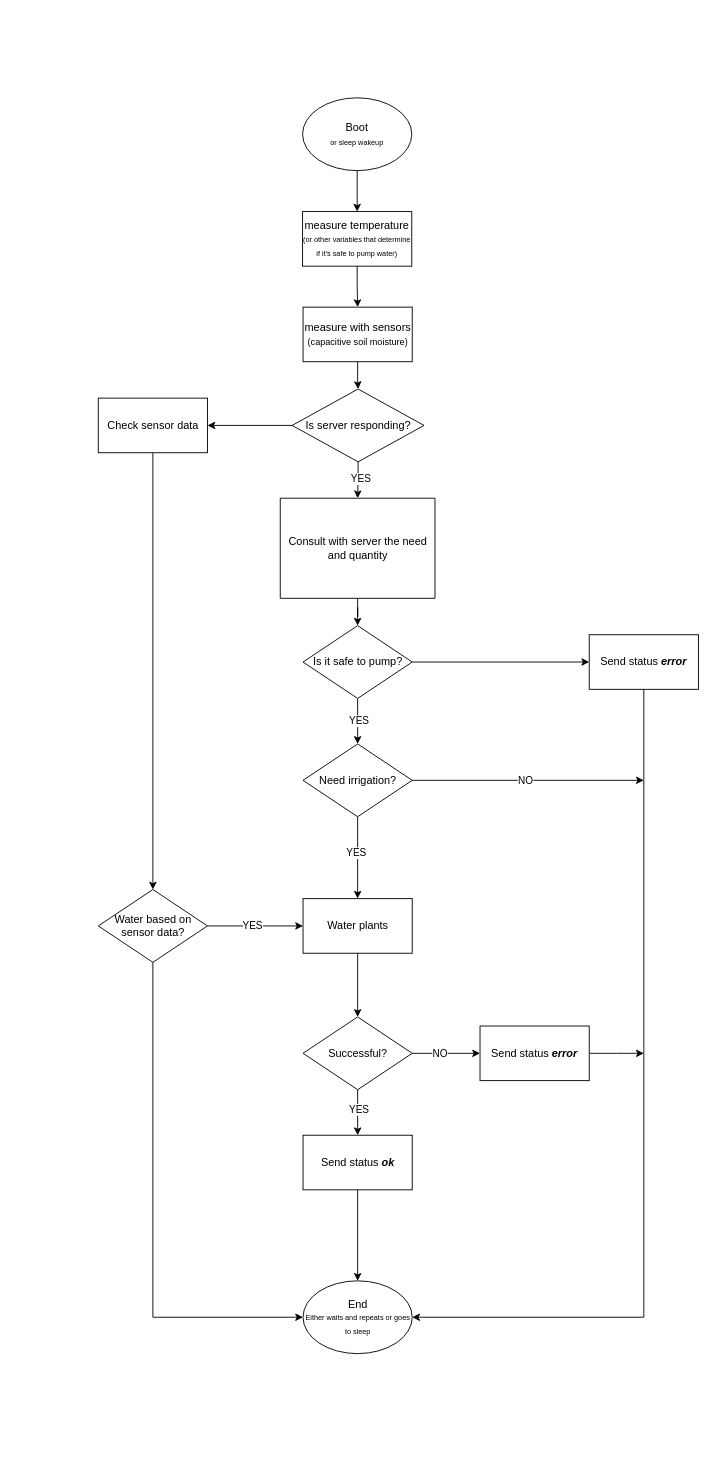
Above: software/Zahradnik-flowchart.drawio in DvorakFilip/Zahradnik (draw.io), before the change. Source tidied: cells renumbered, new cells numbered last; positions are measured from the earlier drawing's top-left corner, leaving out a move shared by most shapes. Both pictures are drawn from the tidied source at 91%, with x=0, y=0 at pixel (97, 97).
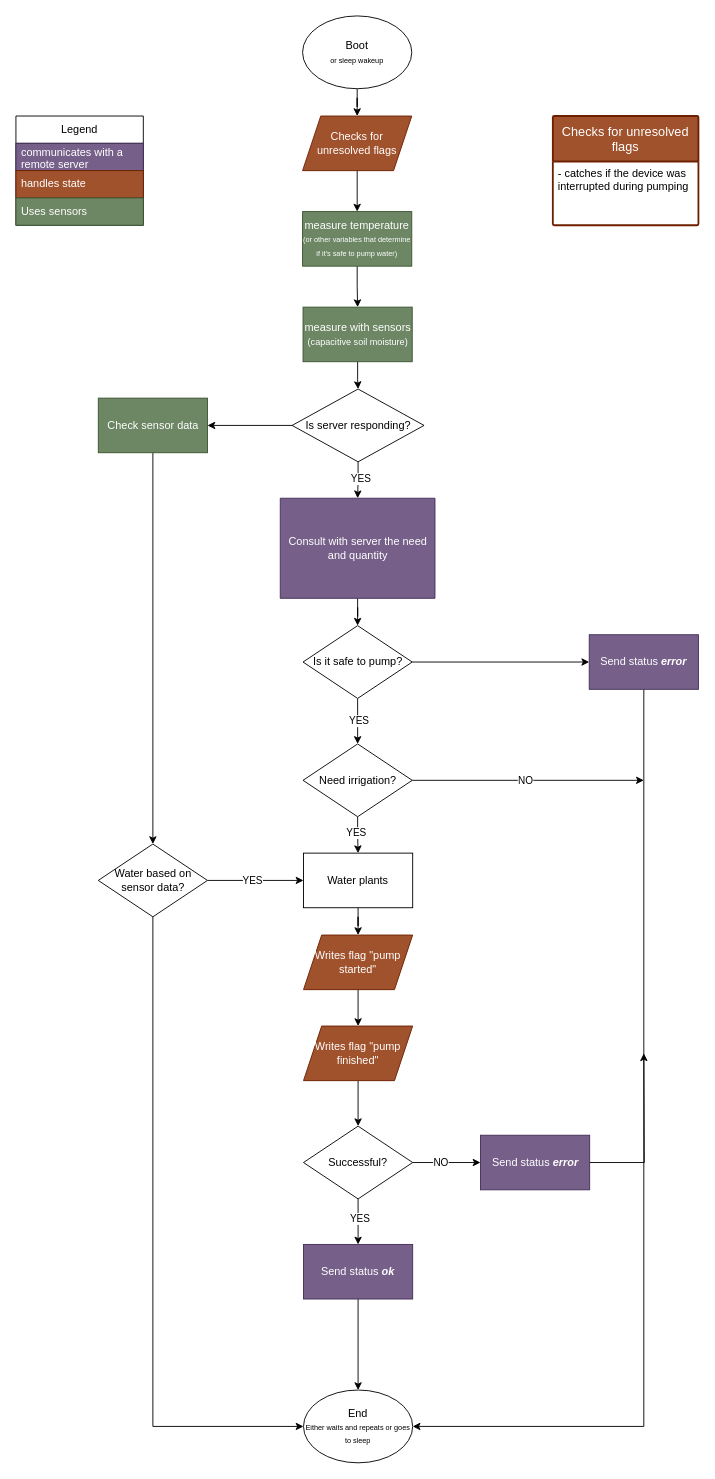
The same page after the edit.

What changed in the source:
```diff
@@
-    <mxCell id="2" style="edgeStyle=orthogonalEdgeStyle;rounded=0;jettySize=auto;html=1;entryX=0.5;entryY=0;entryDx=0;entryDy=0;defaultLabelBackgroundColor=page;" parent="1" edge="1" source="3" target="6">
-      <mxGeometry relative="1" as="geometry" />
-    </mxCell>
+    <mxCell id="43" style="edgeStyle=orthogonalEdgeStyle;rounded=0;jettySize=auto;html=1;entryX=0.5;entryY=0;entryDx=0;entryDy=0;defaultLabelBackgroundColor=page;" parent="1" edge="1" source="3" target="50">
+      <mxGeometry relative="1" as="geometry" />
+    </mxCell>
     <mxCell id="3" value="Boot&lt;div&gt;&lt;font style=&quot;font-size: 8px;&quot;&gt;or sleep wakeup&lt;/font&gt;&lt;/div&gt;" style="ellipse;whiteSpace=wrap;html=1;shapeInside=1;" parent="1" vertex="1">
-      <mxGeometry x="225" width="120" height="80" as="geometry" />
+      <mxGeometry x="225" y="-90" width="120" height="80" as="geometry" />
     </mxCell>
     <mxCell id="4" value="End&lt;div&gt;&lt;div&gt;&lt;font style=&quot;font-size: 8px;&quot;&gt;Either waits and repeats or goes to sleep&lt;/font&gt;&lt;/div&gt;&lt;/div&gt;" style="ellipse;whiteSpace=wrap;html=1;shapeInside=1;" parent="1" vertex="1">
-      <mxGeometry x="225.5" y="1300" width="120" height="80" as="geometry" />
+      <mxGeometry x="226" y="1420" width="120" height="80" as="geometry" />
     </mxCell>
@@
-    <mxCell id="6" value="&lt;div&gt;measure temperature&lt;/div&gt;&lt;div&gt;&lt;font style=&quot;font-size: 8px;&quot;&gt;(or other variables that determine if it's safe to pump water)&lt;/font&gt;&lt;/div&gt;" style="whiteSpace=wrap;html=1;" parent="1" vertex="1">
+    <mxCell id="6" value="&lt;div&gt;measure temperature&lt;/div&gt;&lt;div&gt;&lt;font style=&quot;font-size: 8px;&quot;&gt;(or other variables that determine if it's safe to pump water)&lt;/font&gt;&lt;/div&gt;" style="whiteSpace=wrap;html=1;fillColor=#6d8764;fontColor=#ffffff;strokeColor=#3A5431;" parent="1" vertex="1">
       <mxGeometry x="225" y="125" width="120" height="60" as="geometry" />
     </mxCell>
@@
-    <mxCell id="8" value="&lt;div&gt;measure with sensors&lt;/div&gt;&lt;div&gt;&lt;font size=&quot;1&quot;&gt;(capacitive soil moisture)&lt;/font&gt;&lt;/div&gt;" style="whiteSpace=wrap;html=1;" parent="1" vertex="1">
+    <mxCell id="8" value="&lt;div&gt;measure with sensors&lt;/div&gt;&lt;div&gt;&lt;font size=&quot;1&quot;&gt;(capacitive soil moisture)&lt;/font&gt;&lt;/div&gt;" style="whiteSpace=wrap;html=1;fillColor=#6d8764;fontColor=#ffffff;strokeColor=#3A5431;" parent="1" vertex="1">
       <mxGeometry x="225.5" y="230" width="120" height="60" as="geometry" />
     </mxCell>
@@
-    <mxCell id="14" value="Send status &lt;b&gt;&lt;i&gt;error&lt;/i&gt;&lt;/b&gt;" style="whiteSpace=wrap;html=1;" parent="1" vertex="1">
+    <mxCell id="14" value="Send status &lt;b&gt;&lt;i&gt;error&lt;/i&gt;&lt;/b&gt;" style="whiteSpace=wrap;html=1;fillColor=#76608a;fontColor=#ffffff;strokeColor=#432D57;" parent="1" vertex="1">
       <mxGeometry x="540" y="590" width="120" height="60" as="geometry" />
     </mxCell>
@@
-    <mxCell id="25" value="Consult with server the need and quantity" style="shape=parallelogram;perimeter=parallelogramPerimeter;whiteSpace=wrap;html=1;shapeInside=1;fixedSize=1;size=0;" parent="1" vertex="1">
+    <mxCell id="25" value="Consult with server the need and quantity" style="shape=parallelogram;perimeter=parallelogramPerimeter;whiteSpace=wrap;html=1;shapeInside=1;fixedSize=1;size=0;fillColor=#76608a;fontColor=#ffffff;strokeColor=#432D57;" parent="1" vertex="1">
       <mxGeometry x="200.5" y="440" width="170" height="110" as="geometry" />
     </mxCell>
-    <mxCell id="26" style="edgeStyle=orthogonalEdgeStyle;rounded=0;jettySize=auto;html=1;defaultLabelBackgroundColor=page;" parent="1" edge="1" source="27" target="32">
-      <mxGeometry relative="1" as="geometry" />
-    </mxCell>
+    <mxCell id="44" style="edgeStyle=orthogonalEdgeStyle;rounded=0;jettySize=auto;html=1;entryX=0.5;entryY=0;entryDx=0;entryDy=0;defaultLabelBackgroundColor=page;" parent="1" edge="1" source="27" target="46">
+      <mxGeometry relative="1" as="geometry" />
+    </mxCell>
     <mxCell id="27" value="Water plants" style="whiteSpace=wrap;html=1;" parent="1" vertex="1">
-      <mxGeometry x="225.5" y="880" width="120" height="60" as="geometry" />
+      <mxGeometry x="226" y="830" width="120" height="60" as="geometry" />
     </mxCell>
@@
     <mxCell id="32" value="Successful?" style="rhombus;whiteSpace=wrap;html=1;shapeInside=1;" parent="1" vertex="1">
-      <mxGeometry x="225.5" y="1010" width="120" height="80" as="geometry" />
+      <mxGeometry x="226" y="1130" width="120" height="80" as="geometry" />
     </mxCell>
@@
-    <mxCell id="34" value="Send status &lt;b&gt;&lt;i&gt;error&lt;/i&gt;&lt;/b&gt;" style="whiteSpace=wrap;html=1;" parent="1" vertex="1">
-      <mxGeometry x="420" y="1020" width="120" height="60" as="geometry" />
+    <mxCell id="34" value="Send status &lt;b&gt;&lt;i&gt;error&lt;/i&gt;&lt;/b&gt;" style="whiteSpace=wrap;html=1;fillColor=#76608a;fontColor=#ffffff;strokeColor=#432D57;" parent="1" vertex="1">
+      <mxGeometry x="420.5" y="1140" width="120" height="60" as="geometry" />
     </mxCell>
@@
-    <mxCell id="36" value="Send status&amp;nbsp;&lt;b&gt;&lt;i&gt;ok&lt;/i&gt;&lt;/b&gt;" style="whiteSpace=wrap;html=1;" parent="1" vertex="1">
-      <mxGeometry x="225.5" y="1140" width="120" height="60" as="geometry" />
+    <mxCell id="36" value="Send status&amp;nbsp;&lt;b&gt;&lt;i&gt;ok&lt;/i&gt;&lt;/b&gt;" style="whiteSpace=wrap;html=1;fillColor=#76608a;strokeColor=#432D57;fontColor=#ffffff;" parent="1" vertex="1">
+      <mxGeometry x="226" y="1260" width="120" height="60" as="geometry" />
     </mxCell>
@@
-    <mxCell id="38" value="Check sensor data" style="whiteSpace=wrap;html=1;" parent="1" vertex="1">
+    <mxCell id="38" value="Check sensor data" style="whiteSpace=wrap;html=1;fillColor=#6d8764;fontColor=#ffffff;strokeColor=#3A5431;" parent="1" vertex="1">
       <mxGeometry x="0.5" y="330" width="120" height="60" as="geometry" />
     </mxCell>
@@
     <mxCell id="41" style="edgeStyle=orthogonalEdgeStyle;rounded=0;jettySize=auto;html=1;entryX=0;entryY=0.5;entryDx=0;entryDy=0;defaultLabelBackgroundColor=page;" parent="1" edge="1" source="42" target="4">
       <mxGeometry relative="1" as="geometry">
         <Array as="points">
-          <mxPoint x="60.5" y="1340" />
+          <mxPoint x="60.5" y="1460" />
         </Array>
       </mxGeometry>
     </mxCell>
     <mxCell id="42" value="Water based on sensor data?" style="rhombus;whiteSpace=wrap;html=1;shapeInside=1;" parent="1" vertex="1">
-      <mxGeometry x="0.5" y="870" width="120" height="80" as="geometry" />
+      <mxGeometry x="0.5" y="820" width="120" height="80" as="geometry" />
     </mxCell>
+    <mxCell id="45" style="edgeStyle=orthogonalEdgeStyle;rounded=0;jettySize=auto;html=1;defaultLabelBackgroundColor=page;" parent="1" edge="1" source="46" target="48">
+      <mxGeometry relative="1" as="geometry" />
+    </mxCell>
+    <mxCell id="46" value="Writes flag &quot;pump started&quot;" style="shape=parallelogram;perimeter=parallelogramPerimeter;whiteSpace=wrap;html=1;shapeInside=1;fixedSize=1;fillColor=#a0522d;fontColor=#ffffff;strokeColor=#6D1F00;" parent="1" vertex="1">
+      <mxGeometry x="226" y="920" width="120" height="60" as="geometry" />
+    </mxCell>
+    <mxCell id="47" style="edgeStyle=orthogonalEdgeStyle;rounded=0;jettySize=auto;html=1;entryX=0.5;entryY=0;entryDx=0;entryDy=0;defaultLabelBackgroundColor=page;" parent="1" edge="1" source="48" target="32">
+      <mxGeometry relative="1" as="geometry" />
+    </mxCell>
+    <mxCell id="48" value="Writes flag &quot;pump finished&quot;" style="shape=parallelogram;perimeter=parallelogramPerimeter;whiteSpace=wrap;html=1;shapeInside=1;fixedSize=1;fillColor=#a0522d;fontColor=#ffffff;strokeColor=#6D1F00;" parent="1" vertex="1">
+      <mxGeometry x="226" y="1020" width="120" height="60" as="geometry" />
+    </mxCell>
+    <mxCell id="49" style="edgeStyle=orthogonalEdgeStyle;rounded=0;jettySize=auto;html=1;entryX=0.5;entryY=0;entryDx=0;entryDy=0;defaultLabelBackgroundColor=page;" parent="1" edge="1" source="50" target="6">
+      <mxGeometry relative="1" as="geometry" />
+    </mxCell>
+    <mxCell id="50" value="Checks for unresolved flags" style="shape=parallelogram;perimeter=parallelogramPerimeter;whiteSpace=wrap;html=1;shapeInside=1;fixedSize=1;fillColor=#a0522d;fontColor=#ffffff;strokeColor=#6D1F00;" parent="1" vertex="1">
+      <mxGeometry x="225" y="20" width="120" height="60" as="geometry" />
+    </mxCell>
+    <mxCell id="51" value="Checks for unresolved flags" style="swimlane;horizontal=1;startSize=50;rounded=1;fontSize=14;fontStyle=0;strokeWidth=2;shadow=0;dashed=0;align=center;arcSize=1;whiteSpace=wrap;html=1;fillColor=#a0522d;fontColor=#ffffff;strokeColor=#6D1F00;" parent="1" vertex="1">
+      <mxGeometry x="500" y="20" width="160" height="120" as="geometry" />
+    </mxCell>
+    <mxCell id="52" value="- catches if the device was interrupted during pumping" style="align=left;strokeColor=none;fillColor=none;spacingLeft=4;spacingRight=4;fontSize=12;verticalAlign=top;html=1;whiteSpace=wrap;" parent="51" vertex="1">
+      <mxGeometry y="50" width="160" height="70" as="geometry" />
+    </mxCell>
+    <mxCell id="53" value="Legend" style="swimlane;fontStyle=0;horizontal=1;startSize=30;whiteSpace=wrap;html=1;" parent="1" vertex="1">
+      <mxGeometry x="-90" y="20" width="140" height="120" as="geometry" />
+    </mxCell>
+    <mxCell id="54" value="communicates with a remote server" style="text;strokeColor=#432D57;fillColor=#76608a;align=left;verticalAlign=middle;spacingLeft=4;spacingRight=4;overflow=hidden;whiteSpace=wrap;html=1;fontColor=#ffffff;" parent="53" vertex="1">
+      <mxGeometry y="30" width="140" height="30" as="geometry" />
+    </mxCell>
+    <mxCell id="55" value="handles state" style="text;strokeColor=#6D1F00;fillColor=#a0522d;align=left;verticalAlign=middle;spacingLeft=4;spacingRight=4;overflow=hidden;whiteSpace=wrap;html=1;fontColor=#ffffff;" parent="53" vertex="1">
+      <mxGeometry y="60" width="140" height="30" as="geometry" />
+    </mxCell>
+    <mxCell id="56" value="Uses sensors" style="text;strokeColor=#3A5431;fillColor=#6d8764;align=left;verticalAlign=middle;spacingLeft=4;spacingRight=4;overflow=hidden;whiteSpace=wrap;html=1;fontColor=#ffffff;" parent="53" vertex="1">
+      <mxGeometry y="90" width="140" height="30" as="geometry" />
+    </mxCell>
```
